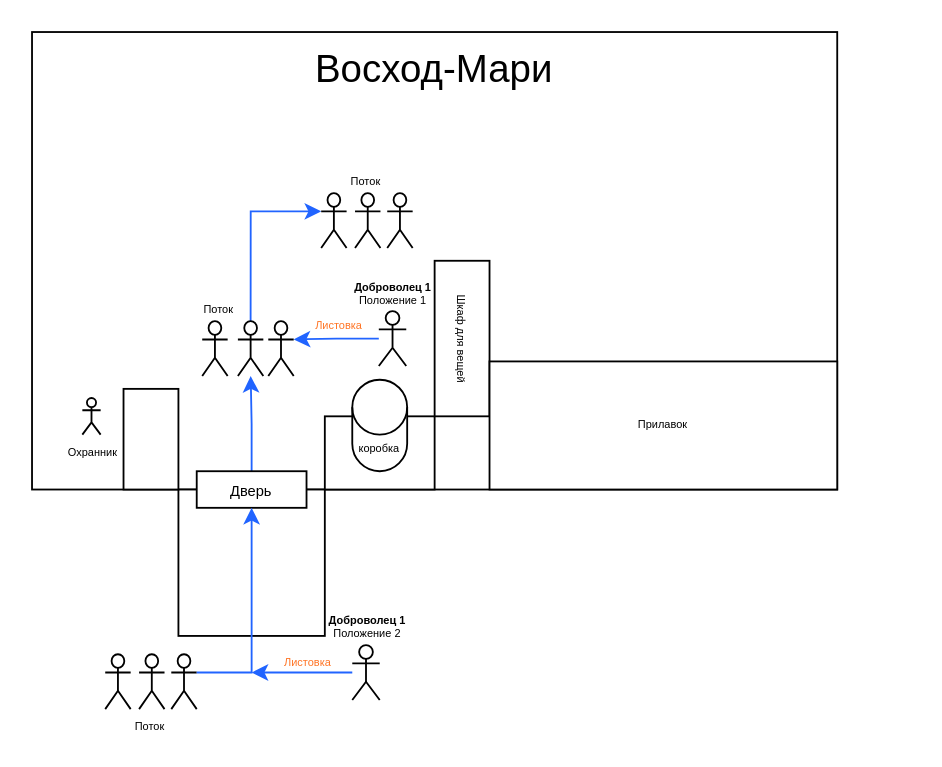
The draw.io diagram Восход-Мари.drawio in humvee0543/new, before the edit. Source tidied: cells renumbered, new cells numbered last; positions are measured from the earlier drawing's top-left corner, leaving out a move shared by most shapes. Both pictures are drawn from the tidied source at 183%, with x=0, y=0 at pixel (31, 31).
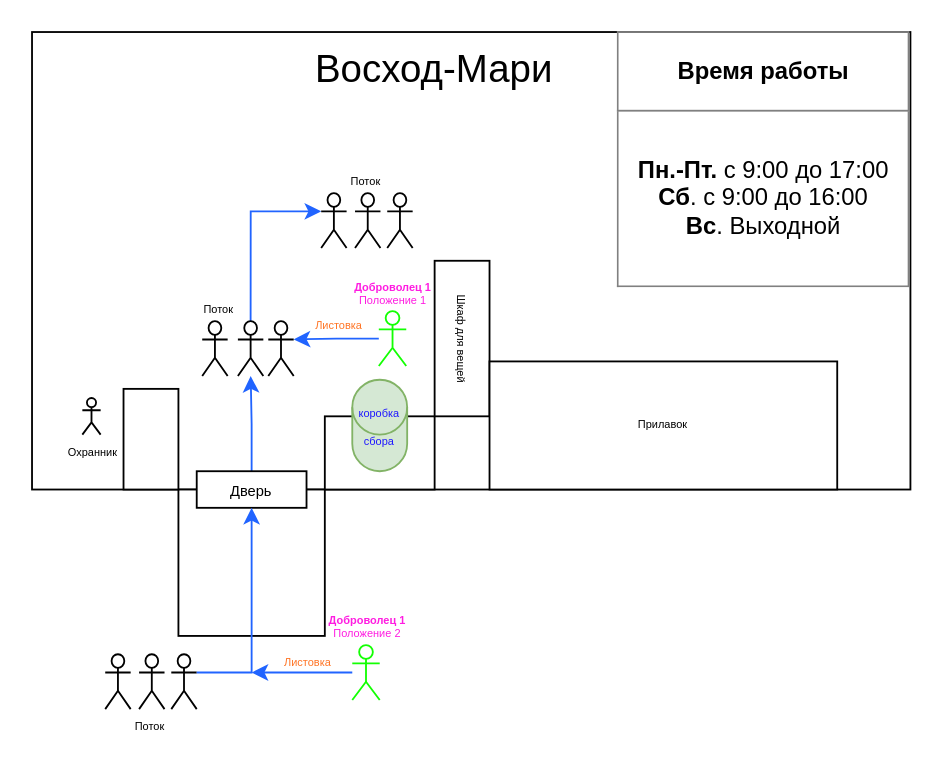
The same diagram, later.

The edit, as a diff of the source:
```diff
@@
     <mxCell id="2" style="rounded=0;whiteSpace=wrap;html=1;fontSize=21;fontColor=#000000;" parent="1" vertex="1">
-      <mxGeometry width="440" height="250" as="geometry" />
+      <mxGeometry width="480" height="250" as="geometry" />
     </mxCell>
@@
-    <mxCell id="7" value="&lt;font style=&quot;font-size: 6px;&quot;&gt;коробка&lt;/font&gt;" style="shape=cylinder3;whiteSpace=wrap;html=1;boundedLbl=1;backgroundOutline=1;size=15;labelPosition=center;verticalLabelPosition=middle;align=center;verticalAlign=bottom;spacingTop=0;" parent="1" vertex="1">
+    <mxCell id="7" value="&lt;font style=&quot;font-size: 6px;&quot;&gt;&lt;font style=&quot;line-height: 1.2;&quot; color=&quot;#1f17ff&quot;&gt;коробка&lt;br&gt;сбора&lt;/font&gt;&lt;br&gt;&lt;/font&gt;" style="shape=cylinder3;whiteSpace=wrap;html=1;boundedLbl=1;backgroundOutline=1;size=15;labelPosition=center;verticalLabelPosition=middle;align=center;verticalAlign=bottom;spacingTop=0;fillColor=#D5E8D4;strokeColor=#82B366;spacing=6;" parent="1" vertex="1">
       <mxGeometry x="175" y="190" width="30" height="50" as="geometry" />
     </mxCell>
@@
-    <mxCell id="13" value="&lt;b&gt;Доброволец 1&lt;/b&gt;&lt;br&gt;Положение 1" style="shape=umlActor;verticalLabelPosition=top;verticalAlign=bottom;html=1;outlineConnect=0;fontSize=6;labelPosition=center;align=center;" parent="1" vertex="1">
+    <mxCell id="13" value="&lt;font color=&quot;#ff1ce1&quot;&gt;&lt;b&gt;Доброволец 1&lt;/b&gt;&lt;br&gt;Положение 1&lt;/font&gt;" style="shape=umlActor;verticalLabelPosition=top;verticalAlign=bottom;html=1;outlineConnect=0;fontSize=6;labelPosition=center;align=center;strokeColor=#13FF03;" parent="1" vertex="1">
       <mxGeometry x="189.5" y="152.5" width="15" height="30" as="geometry" />
     </mxCell>
@@
-    <mxCell id="15" value="&lt;b&gt;Доброволец 1&lt;/b&gt;&lt;br&gt;Положение 2" style="shape=umlActor;verticalLabelPosition=top;verticalAlign=bottom;html=1;outlineConnect=0;fontSize=6;labelPosition=center;align=center;" parent="1" vertex="1">
+    <mxCell id="15" value="&lt;font color=&quot;#ff1ce1&quot;&gt;&lt;b&gt;Доброволец 1&lt;/b&gt;&lt;br&gt;Положение 2&lt;/font&gt;" style="shape=umlActor;verticalLabelPosition=top;verticalAlign=bottom;html=1;outlineConnect=0;fontSize=6;labelPosition=center;align=center;strokeColor=#13FF03;" parent="1" vertex="1">
       <mxGeometry x="175" y="335" width="15" height="30" as="geometry" />
     </mxCell>
@@
+    <mxCell id="33" value="&lt;table border=&quot;1&quot; width=&quot;100%&quot; height=&quot;100%&quot; cellpadding=&quot;4&quot; style=&quot;width:100%;height:100%;border-collapse:collapse;&quot;&gt;&lt;tbody&gt;&lt;tr&gt;&lt;th align=&quot;center&quot;&gt;Время работы&lt;/th&gt;&lt;/tr&gt;&lt;tr&gt;&lt;td align=&quot;center&quot;&gt;&lt;b&gt;Пн.-Пт.&lt;/b&gt; с 9:00 до 17:00&lt;br&gt;&lt;b&gt;Сб&lt;/b&gt;. с 9:00 до 16:00&lt;br&gt;&lt;b&gt;Вс&lt;/b&gt;. Выходной&lt;/td&gt;&lt;/tr&gt;&lt;/tbody&gt;&lt;/table&gt;" style="text;html=1;strokeColor=none;fillColor=none;overflow=fill;rounded=0;fontSize=13;fontColor=#000000;strokeWidth=0;sketch=0;shadow=0;imageAspect=0;dashed=1;" parent="1" vertex="1">
+      <mxGeometry x="320" width="160" height="140" as="geometry" />
+    </mxCell>
```
